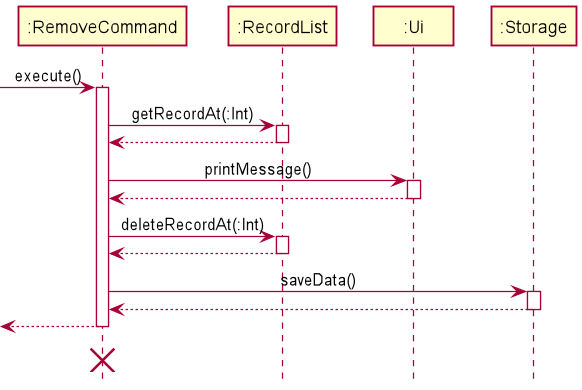
Above: docs/img/RemoveFeatureSequenceDiagram.png in nus-cs2113-AY2021S2/tp (PlantUML), before the change.
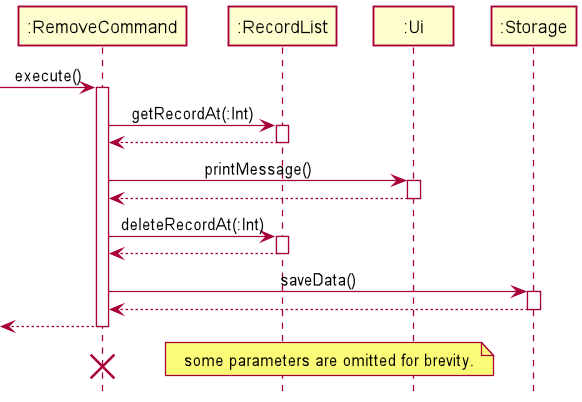
The same file after the commit.

Commit message:
Update Sequence diagram

The edit, as a diff of the source:
```diff
@@ -30,4 +30,6 @@
 ":RemoveCommand" -[hidden]-> ":RemoveCommand"
 destroy ":RemoveCommand"
 
+note right: some parameters are omitted for brevity.
+
 @enduml
```
